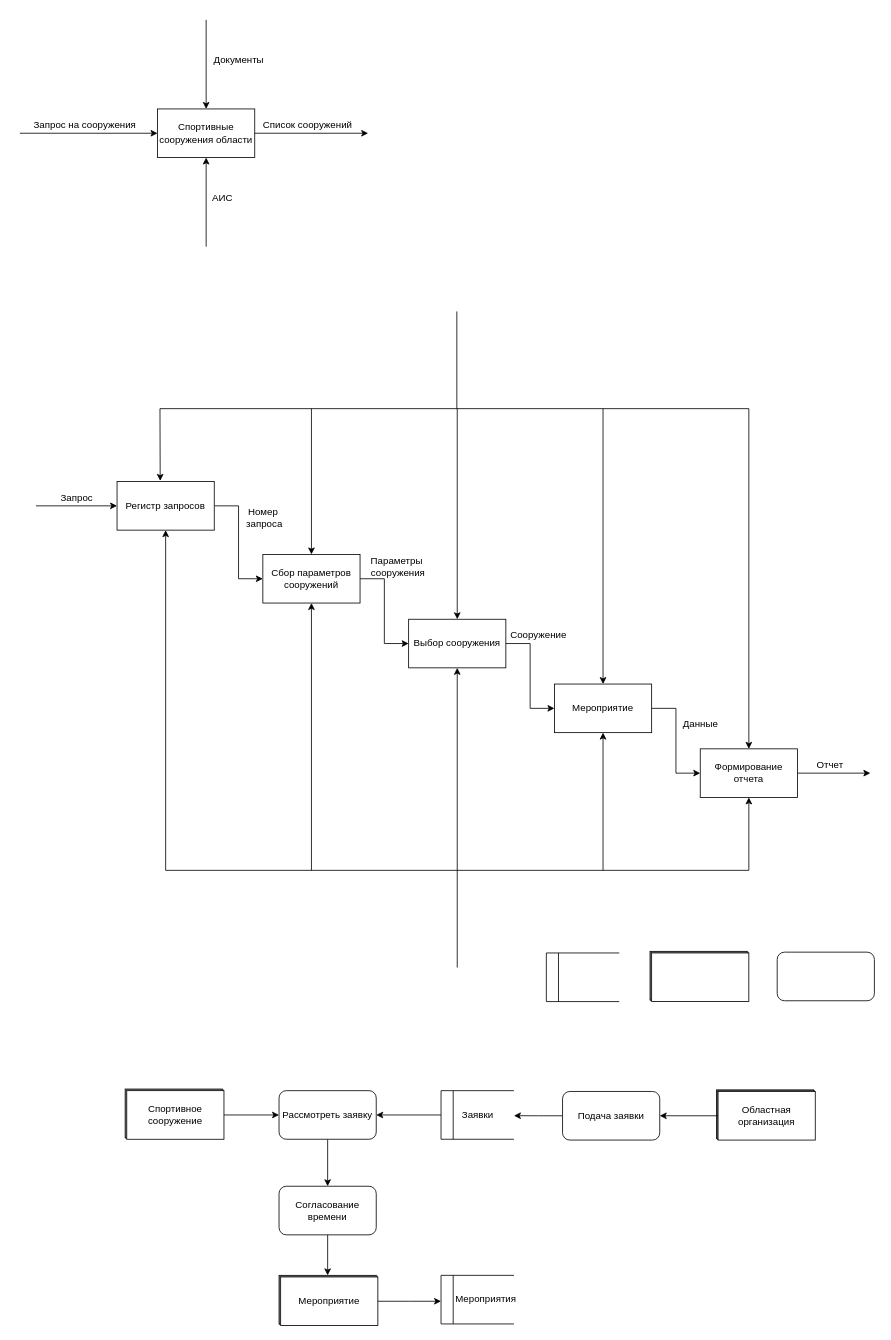
Before: Untitled Diagram.drawio in RGNGIT/DBStructCourse, a draw.io diagram. Source tidied: cells renumbered, new cells numbered last; positions are measured from the earlier drawing's top-left corner, leaving out a move shared by most shapes. Both pictures are drawn from the tidied source at 81%, with x=0, y=0 at pixel (19, 19).
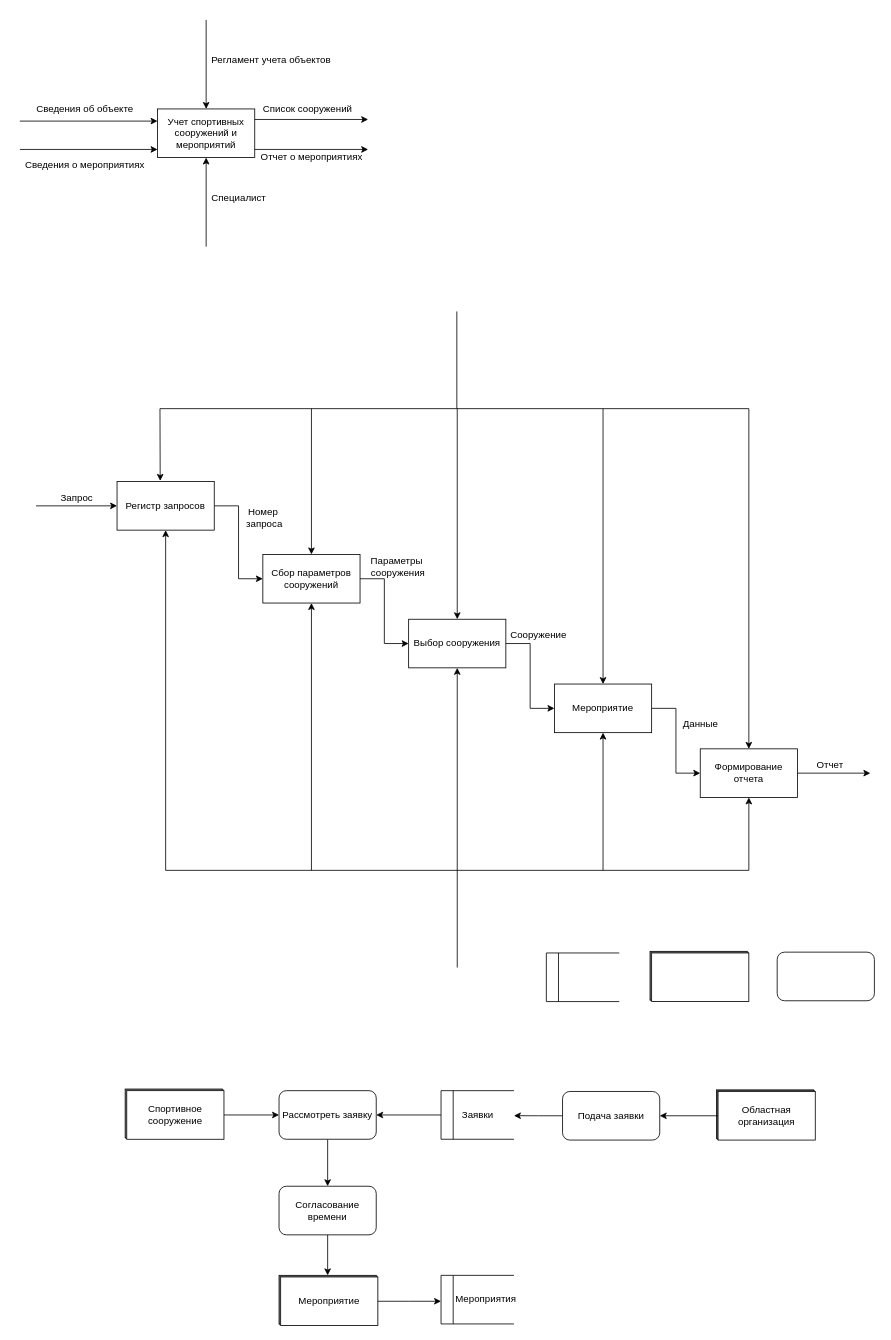
After the change.

What changed in the source:
```diff
@@
-    <mxCell id="2" value="Спортивные сооружения области" style="rounded=0;whiteSpace=wrap;html=1;" parent="1" vertex="1">
+    <mxCell id="2" value="Учет спортивных сооружений и мероприятий" style="rounded=0;whiteSpace=wrap;html=1;" parent="1" vertex="1">
       <mxGeometry x="170" y="110" width="120" height="60" as="geometry" />
     </mxCell>
-    <mxCell id="3" style="endArrow=classic;html=1;entryX=0;entryY=0.5;entryDx=0;entryDy=0;" parent="1" edge="1" target="2">
+    <mxCell id="3" style="endArrow=classic;html=1;entryX=0;entryY=0.5;entryDx=0;entryDy=0;" parent="1" edge="1">
       <mxGeometry relative="1" as="geometry">
-        <mxPoint y="140" as="sourcePoint" />
+        <mxPoint y="125" as="sourcePoint" />
+        <mxPoint x="170" y="125" as="targetPoint" />
       </mxGeometry>
     </mxCell>
-    <mxCell id="4" value="Запрос на сооружения" style="text;html=1;align=center;verticalAlign=middle;strokeColor=none;" parent="1" vertex="1">
-      <mxGeometry x="10" y="120" width="140" height="20" as="geometry" />
+    <mxCell id="4" value="Сведения об объекте" style="text;html=1;align=center;verticalAlign=middle;strokeColor=none;" parent="1" vertex="1">
+      <mxGeometry x="10" y="100" width="140" height="20" as="geometry" />
     </mxCell>
@@
-    <mxCell id="6" value="Документы" style="text;html=1;align=center;verticalAlign=middle;strokeColor=none;" parent="1" vertex="1">
-      <mxGeometry x="230" y="40" width="80" height="20" as="geometry" />
+    <mxCell id="6" value="Регламент учета объектов" style="text;html=1;align=center;verticalAlign=middle;strokeColor=none;" parent="1" vertex="1">
+      <mxGeometry x="230" y="40" width="160" height="20" as="geometry" />
     </mxCell>
@@
-    <mxCell id="8" value="АИС" style="text;html=1;align=center;verticalAlign=middle;strokeColor=none;" parent="1" vertex="1">
-      <mxGeometry x="230" y="210" width="40" height="20" as="geometry" />
+    <mxCell id="8" value="Специалист" style="text;html=1;align=center;verticalAlign=middle;strokeColor=none;" parent="1" vertex="1">
+      <mxGeometry x="230" y="210" width="80" height="20" as="geometry" />
     </mxCell>
-    <mxCell id="9" style="endArrow=classic;html=1;exitX=1;exitY=0.5;exitDx=0;exitDy=0;" parent="1" edge="1" source="2">
+    <mxCell id="9" style="endArrow=classic;html=1;exitX=1;exitY=0.5;exitDx=0;exitDy=0;" parent="1" edge="1">
       <mxGeometry relative="1" as="geometry">
-        <mxPoint x="430" y="140" as="targetPoint" />
+        <mxPoint x="290" y="123" as="sourcePoint" />
+        <mxPoint x="430" y="123" as="targetPoint" />
       </mxGeometry>
     </mxCell>
     <mxCell id="10" value="Список сооружений" style="text;html=1;align=center;verticalAlign=middle;strokeColor=none;" parent="1" vertex="1">
-      <mxGeometry x="290" y="120" width="130" height="20" as="geometry" />
+      <mxGeometry x="290" y="100" width="130" height="20" as="geometry" />
     </mxCell>
@@
+    <mxCell id="86" style="endArrow=classic;html=1;entryX=0;entryY=0.5;entryDx=0;entryDy=0;" parent="1" edge="1">
+      <mxGeometry relative="1" as="geometry">
+        <mxPoint y="160" as="sourcePoint" />
+        <mxPoint x="170" y="160" as="targetPoint" />
+      </mxGeometry>
+    </mxCell>
+    <mxCell id="87" value="Сведения о мероприятиях" style="text;html=1;align=center;verticalAlign=middle;strokeColor=none;" parent="1" vertex="1">
+      <mxGeometry y="170" width="160" height="20" as="geometry" />
+    </mxCell>
+    <mxCell id="88" style="endArrow=classic;html=1;exitX=1;exitY=0.5;exitDx=0;exitDy=0;" parent="1" edge="1">
+      <mxGeometry relative="1" as="geometry">
+        <mxPoint x="290" y="160" as="sourcePoint" />
+        <mxPoint x="430" y="160" as="targetPoint" />
+      </mxGeometry>
+    </mxCell>
+    <mxCell id="89" value="Отчет о мероприятиях" style="text;html=1;align=center;verticalAlign=middle;strokeColor=none;" parent="1" vertex="1">
+      <mxGeometry x="290" y="160" width="140" height="20" as="geometry" />
+    </mxCell>
```
